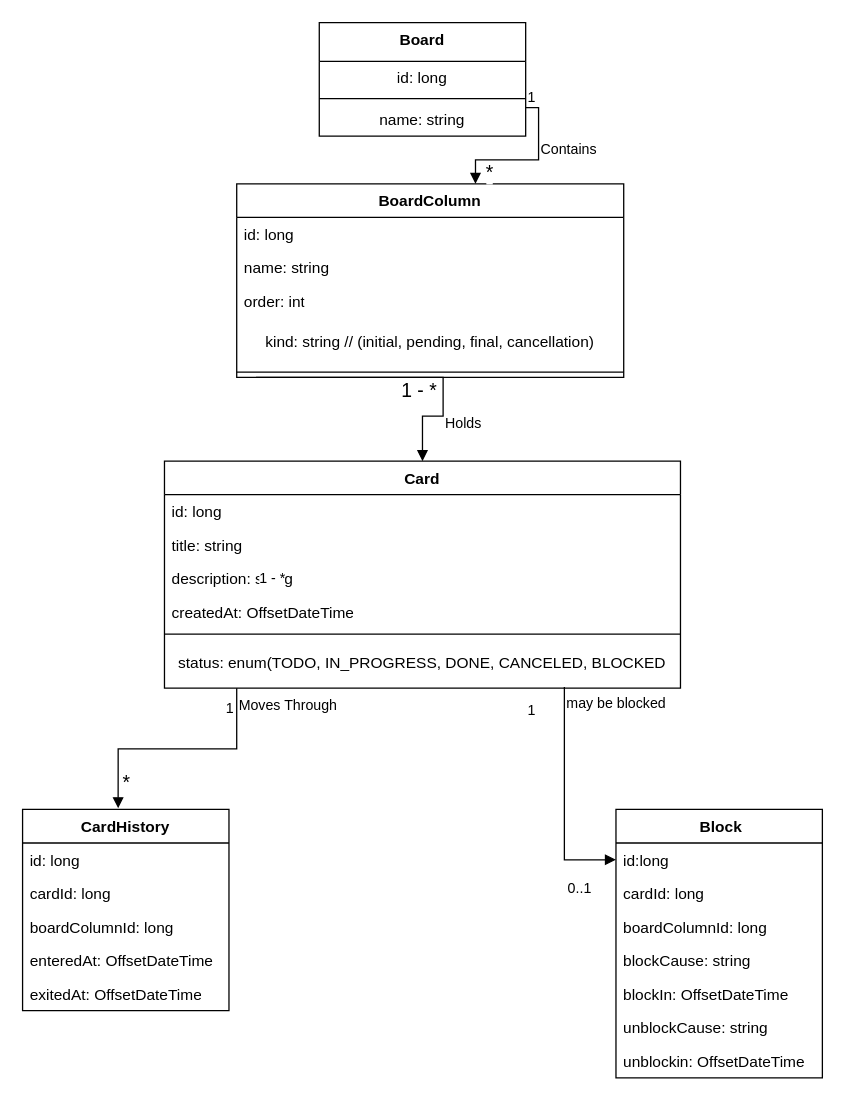
Above: Untitled Diagram.drawio in NathanAzvdo/projSQlAvanade (draw.io), before the change. Source tidied: cells renumbered, new cells numbered last; positions are measured from the earlier drawing's top-left corner, leaving out a move shared by most shapes. Both pictures are drawn from the tidied source at 129%, with x=0, y=0 at pixel (22, 22).
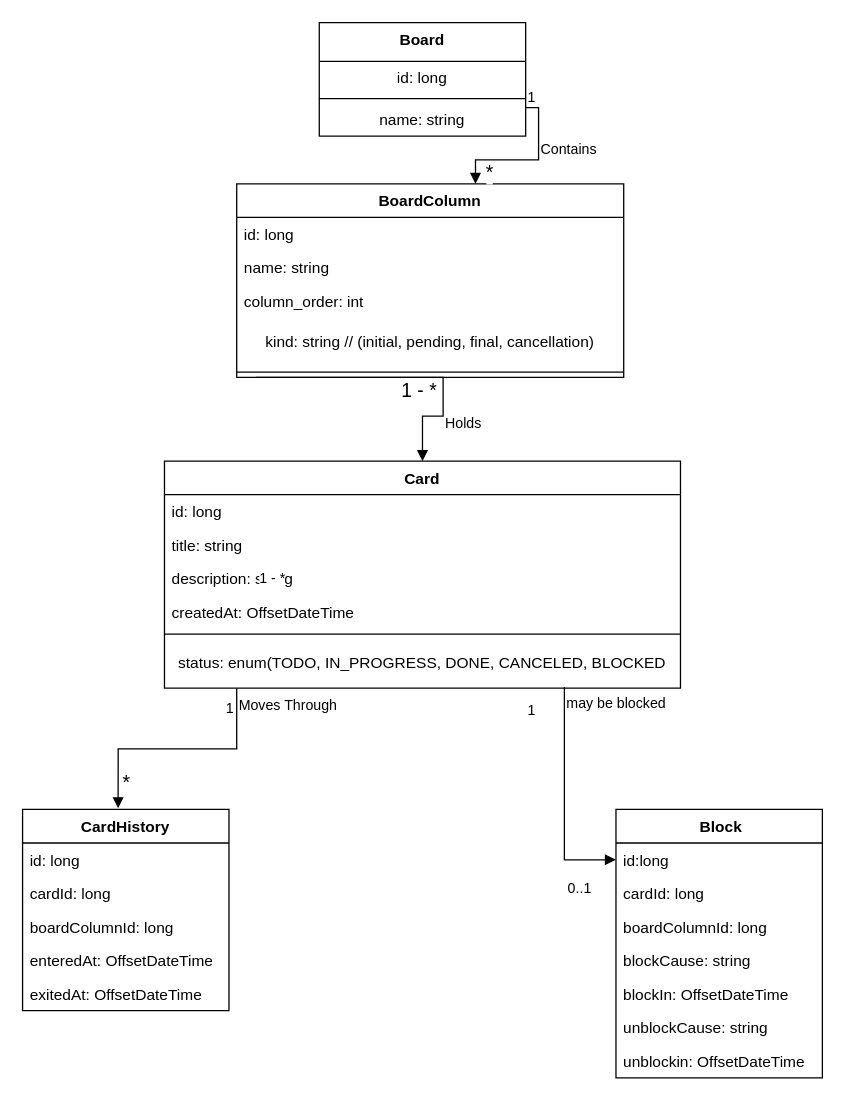
After the change.

The change refers to these unchanged cells:
```xml
<mxCell id="6" value="BoardColumn" style="swimlane;fontStyle=1;align=center;verticalAlign=top;horizontal=1;startSize=26;whiteSpace=wrap;html=1;" parent="1" vertex="1">
  <mxGeometry x="166" y="125" width="300" height="150" as="geometry" />
</mxCell>
```

What changed in the source:
```diff
@@
-    <mxCell id="9" value="order: int" style="text;strokeColor=none;fillColor=none;align=left;verticalAlign=top;spacingLeft=4;spacingRight=4;overflow=hidden;whiteSpace=wrap;html=1;" parent="6" vertex="1">
+    <mxCell id="9" value="column_order: int" style="text;strokeColor=none;fillColor=none;align=left;verticalAlign=top;spacingLeft=4;spacingRight=4;overflow=hidden;whiteSpace=wrap;html=1;" parent="6" vertex="1">
       <mxGeometry y="78" width="300" height="26" as="geometry" />
     </mxCell>
```
